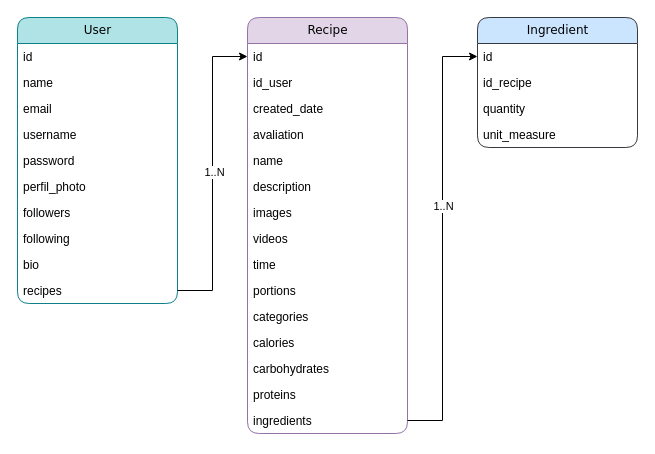
lalamp/project_recipesApp keeps this draw.io diagram as database diagram.drawio. Above is the earlier version. Source tidied: cells renumbered, new cells numbered last; positions are measured from the earlier drawing's top-left corner, leaving out a move shared by most shapes. Both pictures are drawn from the tidied source at 100%, with x=0, y=0 at pixel (17, 17).
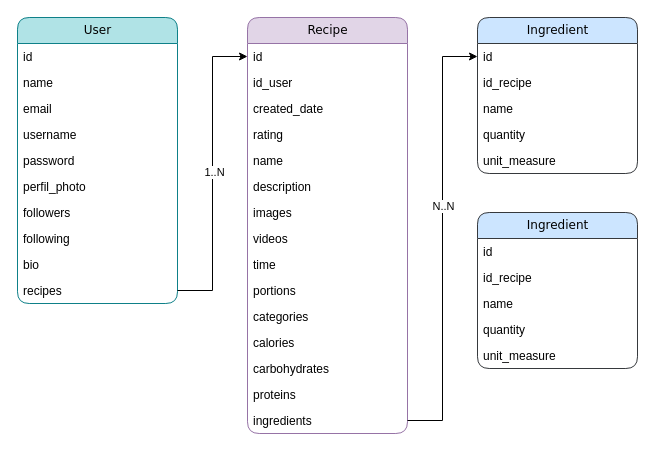
Above is the later version.

Commit message (it also covers changes not shown here):
feat: database with recipe and ingredient table

The change refers to these unchanged cells:
```xml
<mxCell id="13" value="Recipe" style="swimlane;html=1;fontStyle=0;horizontal=1;startSize=26;fillColor=#e1d5e7;swimlaneFillColor=#ffffff;align=center;rounded=1;shadow=0;comic=0;labelBackgroundColor=none;strokeWidth=1;fontFamily=Verdana;fontSize=12;strokeColor=#9673a6;" parent="1" vertex="1">
  <mxGeometry x="230" width="160" height="416" as="geometry" />
</mxCell>
```

What changed in the source:
```diff
@@
-    <mxCell id="17" value="avaliation" style="text;html=1;strokeColor=none;fillColor=none;spacingLeft=4;spacingRight=4;whiteSpace=wrap;overflow=hidden;" parent="13" vertex="1">
+    <mxCell id="17" value="rating" style="text;html=1;strokeColor=none;fillColor=none;spacingLeft=4;spacingRight=4;whiteSpace=wrap;overflow=hidden;" parent="13" vertex="1">
       <mxGeometry y="104" width="160" height="26" as="geometry" />
     </mxCell>
@@
     <mxCell id="29" value="Ingredient" style="swimlane;html=1;fontStyle=0;horizontal=1;startSize=26;fillColor=#cce5ff;swimlaneFillColor=#ffffff;align=center;rounded=1;shadow=0;comic=0;labelBackgroundColor=none;strokeWidth=1;fontFamily=Verdana;fontSize=12;strokeColor=#36393d;" parent="1" vertex="1">
-      <mxGeometry x="460" width="160" height="130" as="geometry" />
+      <mxGeometry x="460" width="160" height="156" as="geometry" />
     </mxCell>
@@
+    <mxCell id="38" value="id_recipe" style="text;html=1;strokeColor=none;fillColor=none;spacingLeft=4;spacingRight=4;whiteSpace=wrap;overflow=hidden;" parent="29" vertex="1">
+      <mxGeometry y="52" width="160" height="26" as="geometry" />
+    </mxCell>
-    <mxCell id="31" value="id_recipe" style="text;html=1;strokeColor=none;fillColor=none;spacingLeft=4;spacingRight=4;whiteSpace=wrap;overflow=hidden;" parent="29" vertex="1">
-      <mxGeometry y="52" width="160" height="26" as="geometry" />
+    <mxCell id="31" value="name" style="text;html=1;strokeColor=none;fillColor=none;spacingLeft=4;spacingRight=4;whiteSpace=wrap;overflow=hidden;" parent="29" vertex="1">
+      <mxGeometry y="78" width="160" height="26" as="geometry" />
     </mxCell>
     <mxCell id="32" value="quantity" style="text;html=1;strokeColor=none;fillColor=none;spacingLeft=4;spacingRight=4;whiteSpace=wrap;overflow=hidden;" parent="29" vertex="1">
-      <mxGeometry y="78" width="160" height="26" as="geometry" />
+      <mxGeometry y="104" width="160" height="26" as="geometry" />
     </mxCell>
     <mxCell id="33" value="unit_measure" style="text;html=1;strokeColor=none;fillColor=none;spacingLeft=4;spacingRight=4;whiteSpace=wrap;overflow=hidden;" parent="29" vertex="1">
-      <mxGeometry y="104" width="160" height="26" as="geometry" />
+      <mxGeometry y="130" width="160" height="26" as="geometry" />
     </mxCell>
@@
-    <mxCell id="37" value="1..N" style="edgeLabel;html=1;align=center;verticalAlign=middle;" parent="1" vertex="1">
+    <mxCell id="37" value="N..N" style="edgeLabel;html=1;align=center;verticalAlign=middle;" parent="1" vertex="1">
       <mxGeometry x="200" y="165" as="geometry">
         <mxPoint x="225" y="23" as="offset" />
       </mxGeometry>
     </mxCell>
+    <mxCell id="39" value="Ingredient" style="swimlane;html=1;fontStyle=0;horizontal=1;startSize=26;fillColor=#cce5ff;swimlaneFillColor=#ffffff;align=center;rounded=1;shadow=0;comic=0;labelBackgroundColor=none;strokeWidth=1;fontFamily=Verdana;fontSize=12;strokeColor=#36393d;" parent="1" vertex="1">
+      <mxGeometry x="460" y="195" width="160" height="156" as="geometry" />
+    </mxCell>
+    <mxCell id="40" value="id" style="text;html=1;strokeColor=none;fillColor=none;spacingLeft=4;spacingRight=4;whiteSpace=wrap;overflow=hidden;" parent="39" vertex="1">
+      <mxGeometry y="26" width="160" height="26" as="geometry" />
+    </mxCell>
+    <mxCell id="41" value="id_recipe" style="text;html=1;strokeColor=none;fillColor=none;spacingLeft=4;spacingRight=4;whiteSpace=wrap;overflow=hidden;" parent="39" vertex="1">
+      <mxGeometry y="52" width="160" height="26" as="geometry" />
+    </mxCell>
+    <mxCell id="42" value="name" style="text;html=1;strokeColor=none;fillColor=none;spacingLeft=4;spacingRight=4;whiteSpace=wrap;overflow=hidden;" parent="39" vertex="1">
+      <mxGeometry y="78" width="160" height="26" as="geometry" />
+    </mxCell>
+    <mxCell id="43" value="quantity" style="text;html=1;strokeColor=none;fillColor=none;spacingLeft=4;spacingRight=4;whiteSpace=wrap;overflow=hidden;" parent="39" vertex="1">
+      <mxGeometry y="104" width="160" height="26" as="geometry" />
+    </mxCell>
+    <mxCell id="44" value="unit_measure" style="text;html=1;strokeColor=none;fillColor=none;spacingLeft=4;spacingRight=4;whiteSpace=wrap;overflow=hidden;" parent="39" vertex="1">
+      <mxGeometry y="130" width="160" height="26" as="geometry" />
+    </mxCell>
```
